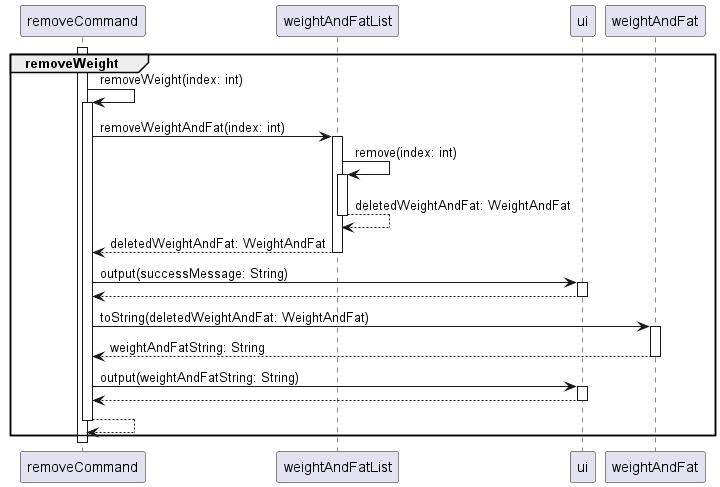
This is docs/UmlDiagrams/RemoveWeight.png from nus-cs2113-AY2223S1/tp, a PlantUML export, as it was before one commit. Its diagram source:
```plantuml
@startuml

autoactivate on

activate removeCommand
group removeWeight
    removeCommand -> removeCommand: removeWeight(index: int)
    removeCommand -> weightAndFatList: removeWeightAndFat(index: int)
        weightAndFatList -> weightAndFatList: remove(index: int)
        return deletedWeightAndFat: WeightAndFat
    return deletedWeightAndFat: WeightAndFat
    removeCommand -> ui: output(successMessage: String)
    return
    removeCommand -> weightAndFat: toString(deletedWeightAndFat: WeightAndFat)
    return weightAndFatString: String
    removeCommand -> ui: output(weightAndFatString: String)
    return
    return

end

deactivate removeCommand

@enduml
```
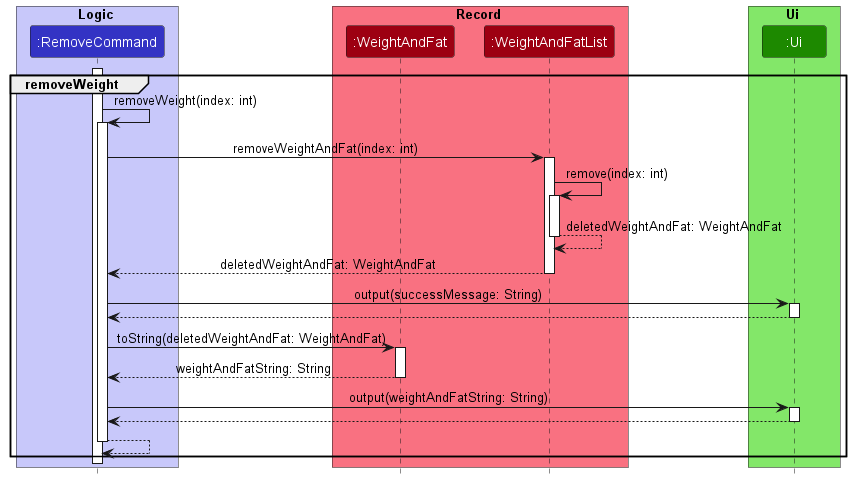
After the commit.

The edit, as a diff of the source:
```diff
@@ -1,6 +1,21 @@
 @startuml
 
+!include style.puml
+
 autoactivate on
+
+box Logic LOGIC_COLOR_T1
+participant ":RemoveCommand" as removeCommand LOGIC_COLOR
+end box
+
+box Record RECORD_COLOR_T1
+participant ":WeightAndFat" as weightAndFat RECORD_COLOR
+participant ":WeightAndFatList" as weightAndFatList RECORD_COLOR
+end box
+
+box Ui UI_COLOR_T1
+participant ":Ui" as ui UI_COLOR
+end box
 
 activate removeCommand
 group removeWeight
```
